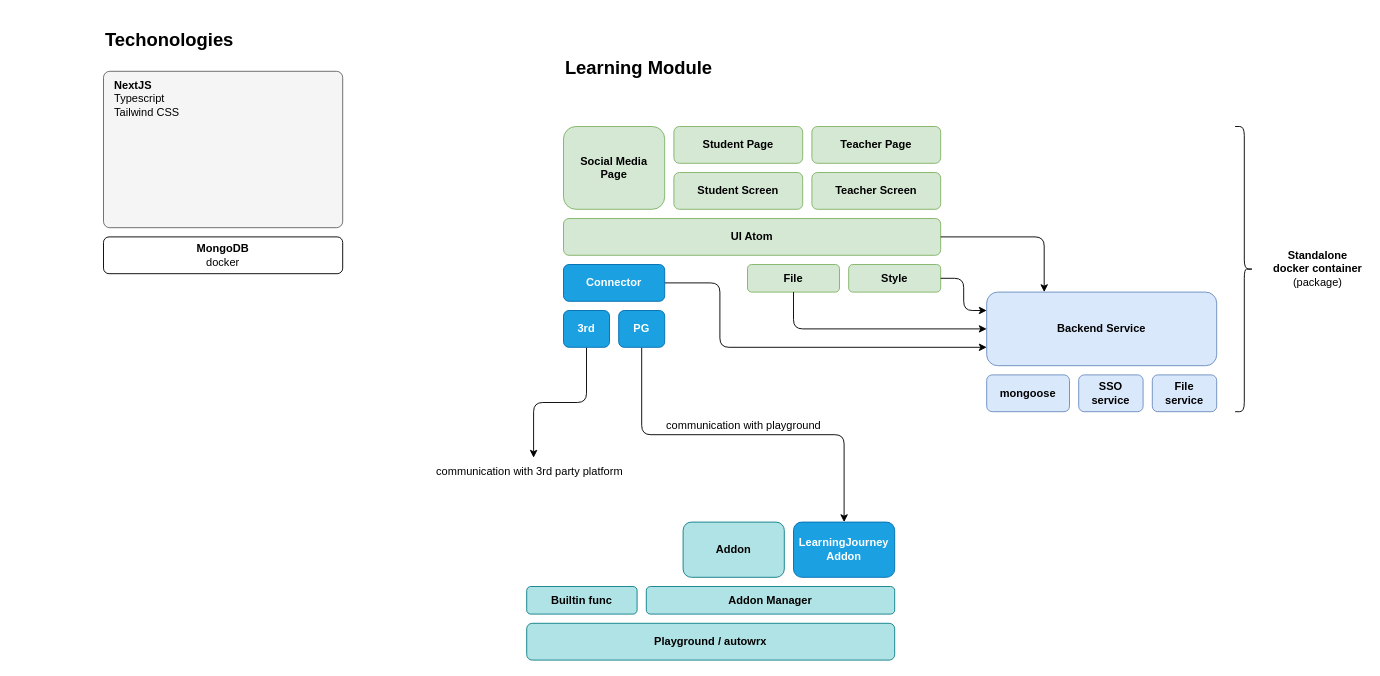
Above: architecture.drawio in tri2510/license-update-learning-journey (draw.io), before the change. Source tidied: cells renumbered, new cells numbered last; positions are measured from the earlier drawing's top-left corner, leaving out a move shared by most shapes. Both pictures are drawn from the tidied source at 92%, with x=0, y=0 at pixel (103, 16).
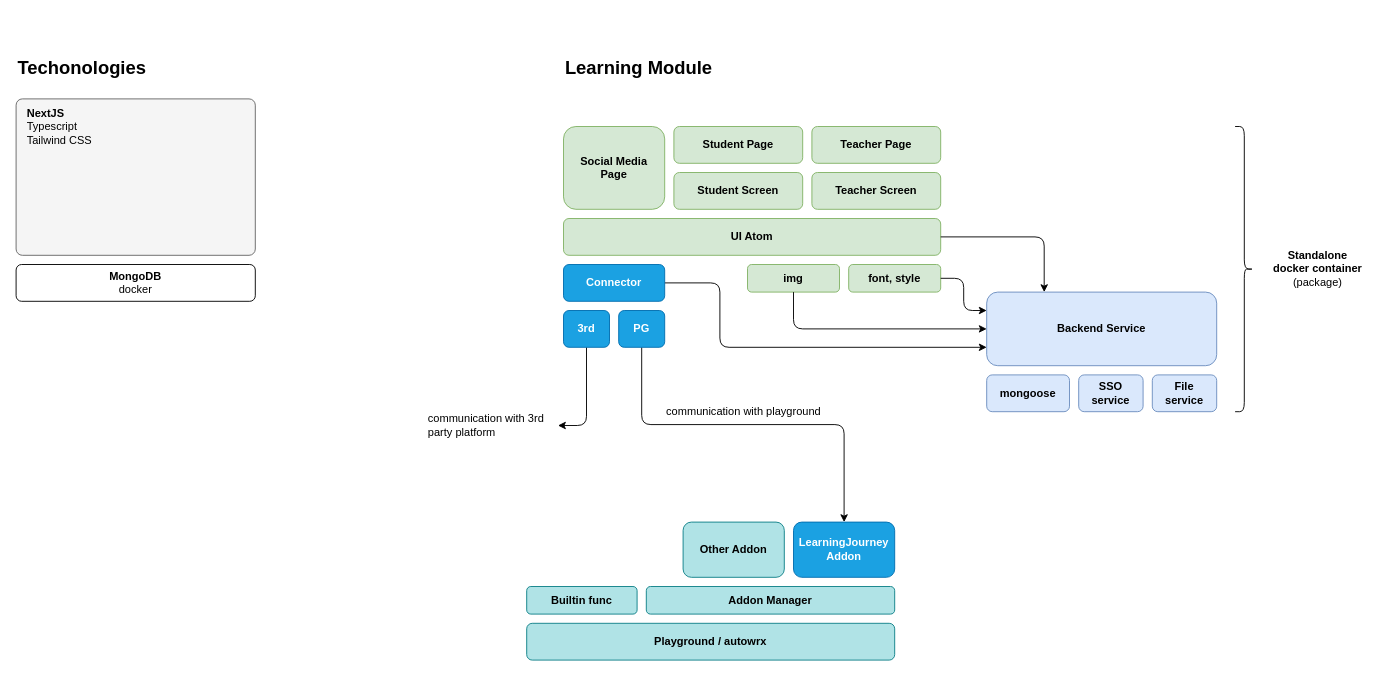
Above is the later version.

Unchanged cells that the change refers to:
```xml
<mxCell id="21" value="&lt;b&gt;PG&lt;/b&gt;" style="rounded=1;whiteSpace=wrap;html=1;fontSize=12;fillColor=#1ba1e2;strokeColor=#006EAF;fontColor=#ffffff;" parent="1" vertex="1">
  <mxGeometry x="560" y="320" width="50" height="40" as="geometry" />
</mxCell>
<mxCell id="23" value="&lt;b&gt;3rd&lt;/b&gt;" style="rounded=1;whiteSpace=wrap;html=1;fontSize=12;fillColor=#1ba1e2;strokeColor=#006EAF;fontColor=#ffffff;" parent="1" vertex="1">
  <mxGeometry x="500" y="320" width="50" height="40" as="geometry" />
</mxCell>
<mxCell id="33" value="&lt;b&gt;LearningJourney Addon&lt;/b&gt;" style="rounded=1;whiteSpace=wrap;html=1;fontSize=12;fillColor=#1ba1e2;strokeColor=#006EAF;fontColor=#ffffff;" parent="1" vertex="1">
  <mxGeometry x="750" y="550" width="110" height="60" as="geometry" />
</mxCell>
```

The edit, as a diff of the source:
```diff
@@
     <mxCell id="2" style="rounded=1;whiteSpace=wrap;html=1;fontSize=16;fillColor=#f5f5f5;fontColor=#333333;strokeColor=#666666;arcSize=4;" parent="1" vertex="1">
-      <mxGeometry y="60" width="260" height="170" as="geometry" />
+      <mxGeometry x="-95" y="90" width="260" height="170" as="geometry" />
     </mxCell>
     <mxCell id="3" value="Techonologies" style="text;html=1;strokeColor=none;fillColor=none;align=left;verticalAlign=middle;whiteSpace=wrap;rounded=0;fontSize=20;fontStyle=1;" parent="1" vertex="1">
-      <mxGeometry width="240" height="50" as="geometry" />
+      <mxGeometry x="-95" y="30" width="240" height="50" as="geometry" />
     </mxCell>
     <mxCell id="4" value="&lt;b&gt;NextJS &lt;/b&gt;&lt;br&gt;Typescript&lt;br&gt;Tailwind CSS" style="text;html=1;strokeColor=none;fillColor=none;align=left;verticalAlign=middle;whiteSpace=wrap;rounded=0;fontSize=12;" parent="1" vertex="1">
-      <mxGeometry x="10" y="70" width="220" height="40" as="geometry" />
+      <mxGeometry x="-85" y="100" width="220" height="40" as="geometry" />
     </mxCell>
     <mxCell id="5" value="&lt;b&gt;MongoDB&lt;/b&gt;&lt;br&gt;docker" style="rounded=1;whiteSpace=wrap;html=1;fontSize=12;" parent="1" vertex="1">
-      <mxGeometry y="240" width="260" height="40" as="geometry" />
+      <mxGeometry x="-95" y="270" width="260" height="40" as="geometry" />
     </mxCell>
@@
-    <mxCell id="16" value="&lt;b&gt;Style&lt;/b&gt;" style="rounded=1;whiteSpace=wrap;html=1;fontSize=12;fillColor=#d5e8d4;strokeColor=#82b366;" parent="1" vertex="1">
+    <mxCell id="16" value="&lt;b&gt;font, style&lt;/b&gt;" style="rounded=1;whiteSpace=wrap;html=1;fontSize=12;fillColor=#d5e8d4;strokeColor=#82b366;" parent="1" vertex="1">
       <mxGeometry x="810" y="270" width="100" height="30" as="geometry" />
     </mxCell>
@@
     <mxCell id="20" style="edgeStyle=orthogonalEdgeStyle;html=1;exitX=0.5;exitY=1;exitDx=0;exitDy=0;entryX=0.5;entryY=0;entryDx=0;entryDy=0;" parent="1" edge="1" source="21" target="33">
-      <mxGeometry relative="1" as="geometry" />
+      <mxGeometry relative="1" as="geometry">
+        <Array as="points">
+          <mxPoint x="585" y="444" />
+          <mxPoint x="805" y="444" />
+        </Array>
+      </mxGeometry>
     </mxCell>
@@
-    <mxCell id="22" style="edgeStyle=orthogonalEdgeStyle;html=1;exitX=0.5;exitY=1;exitDx=0;exitDy=0;" parent="1" edge="1" source="23" target="25">
+    <mxCell id="22" style="edgeStyle=orthogonalEdgeStyle;html=1;exitX=0.5;exitY=1;exitDx=0;exitDy=0;entryX=1;entryY=0.5;entryDx=0;entryDy=0;" parent="1" edge="1" source="23" target="25">
       <mxGeometry relative="1" as="geometry" />
     </mxCell>
@@
     <mxCell id="24" value="communication with playground" style="text;html=1;strokeColor=none;fillColor=none;align=left;verticalAlign=middle;whiteSpace=wrap;rounded=0;" parent="1" vertex="1">
-      <mxGeometry x="610" y="430" width="185" height="30" as="geometry" />
+      <mxGeometry x="610" y="415" width="185" height="30" as="geometry" />
     </mxCell>
     <mxCell id="25" value="communication with 3rd party platform" style="text;html=1;strokeColor=none;fillColor=none;align=left;verticalAlign=middle;whiteSpace=wrap;rounded=0;" parent="1" vertex="1">
-      <mxGeometry x="360" y="480" width="215" height="30" as="geometry" />
+      <mxGeometry x="351" y="430" width="143" height="30" as="geometry" />
     </mxCell>
@@
-    <mxCell id="27" value="&lt;b&gt;File&lt;/b&gt;" style="rounded=1;whiteSpace=wrap;html=1;fontSize=12;fillColor=#d5e8d4;strokeColor=#82b366;" parent="1" vertex="1">
+    <mxCell id="27" value="&lt;b&gt;img&lt;/b&gt;" style="rounded=1;whiteSpace=wrap;html=1;fontSize=12;fillColor=#d5e8d4;strokeColor=#82b366;" parent="1" vertex="1">
       <mxGeometry x="700" y="270" width="100" height="30" as="geometry" />
     </mxCell>
@@
-    <mxCell id="34" value="&lt;b&gt;Addon&lt;/b&gt;" style="rounded=1;whiteSpace=wrap;html=1;fontSize=12;fillColor=#b0e3e6;strokeColor=#0e8088;" parent="1" vertex="1">
+    <mxCell id="34" value="&lt;b&gt;Other Addon&lt;/b&gt;" style="rounded=1;whiteSpace=wrap;html=1;fontSize=12;fillColor=#b0e3e6;strokeColor=#0e8088;" parent="1" vertex="1">
       <mxGeometry x="630" y="550" width="110" height="60" as="geometry" />
     </mxCell>
```
